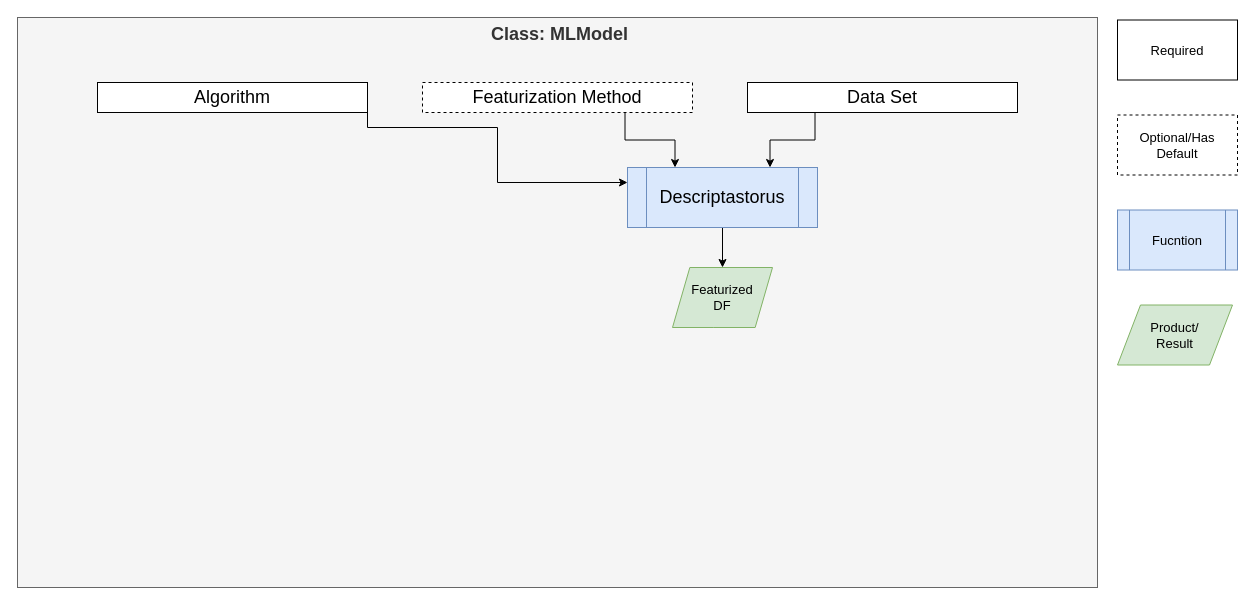
This is hte-models-overview.drawio from Dlux804/McQuade-Chem-ML, a draw.io file, before an edit. Source tidied: cells renumbered, new cells numbered last; positions are measured from the earlier drawing's top-left corner, leaving out a move shared by most shapes. Both pictures are drawn from the tidied source at 100%, with x=0, y=0 at pixel (17, 17).
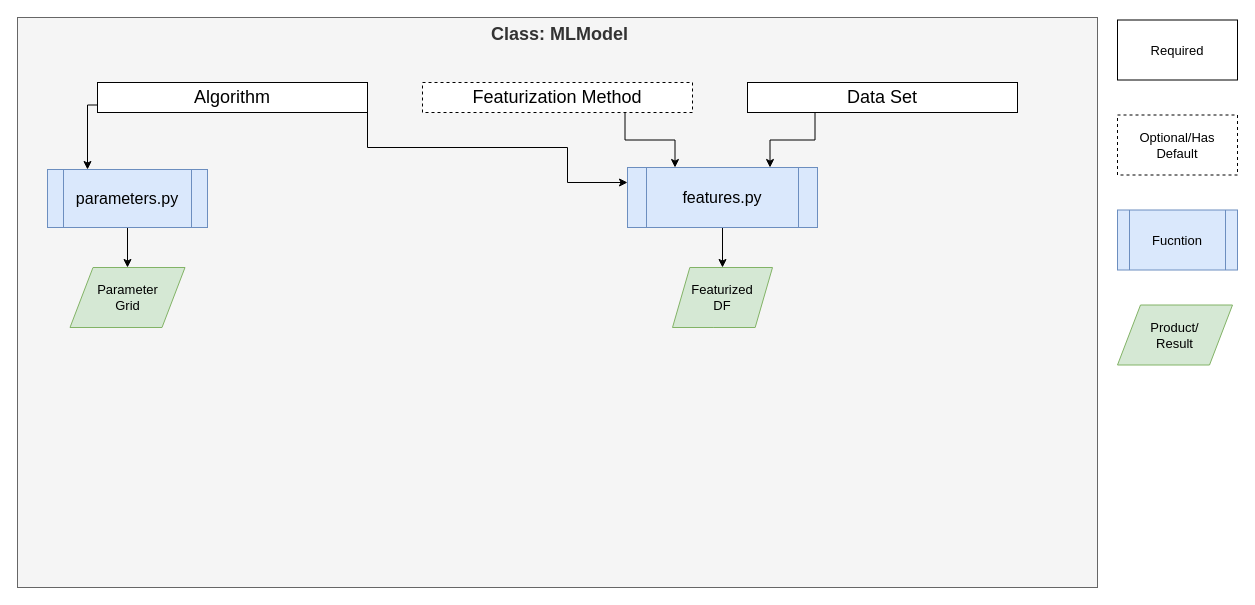
After the change.

Unchanged cells that the change refers to:
```xml
<mxCell id="4" value="Algorithm" style="rounded=0;whiteSpace=wrap;html=1;fontSize=18;" parent="1" vertex="1">
  <mxGeometry x="80" y="65" width="270" height="30" as="geometry" />
</mxCell>
```

The edit, as a diff of the source:
```diff
@@
     <mxCell id="3" style="edgeStyle=orthogonalEdgeStyle;rounded=0;jettySize=auto;html=1;exitX=1;exitY=0.75;exitDx=0;exitDy=0;entryX=0;entryY=0.25;entryDx=0;entryDy=0;fontSize=13;" parent="1" edge="1" source="4" target="10">
       <mxGeometry relative="1" as="geometry">
         <Array as="points">
-          <mxPoint x="350" y="110" />
-          <mxPoint x="480" y="110" />
-          <mxPoint x="480" y="165" />
+          <mxPoint x="350" y="130" />
+          <mxPoint x="550" y="130" />
+          <mxPoint x="550" y="165" />
         </Array>
       </mxGeometry>
     </mxCell>
+    <mxCell id="16" style="edgeStyle=orthogonalEdgeStyle;rounded=0;jettySize=auto;html=1;exitX=0;exitY=0.75;exitDx=0;exitDy=0;entryX=0.25;entryY=0;entryDx=0;entryDy=0;fontSize=16;" parent="1" edge="1" source="4" target="18">
+      <mxGeometry relative="1" as="geometry">
+        <Array as="points">
+          <mxPoint x="70" y="88" />
+        </Array>
+      </mxGeometry>
+    </mxCell>
@@
-    <mxCell id="10" value="Descriptastorus" style="shape=process;whiteSpace=wrap;html=1;backgroundOutline=1;fontSize=18;fillColor=#dae8fc;strokeColor=#6c8ebf;" parent="1" vertex="1">
+    <mxCell id="10" value="&lt;font style=&quot;font-size: 16px&quot;&gt;features.py&lt;/font&gt;" style="shape=process;whiteSpace=wrap;html=1;backgroundOutline=1;fontSize=18;fillColor=#dae8fc;strokeColor=#6c8ebf;" parent="1" vertex="1">
       <mxGeometry x="610" y="150" width="190" height="60" as="geometry" />
     </mxCell>
@@
+    <mxCell id="17" style="edgeStyle=orthogonalEdgeStyle;rounded=0;jettySize=auto;html=1;exitX=0.5;exitY=1;exitDx=0;exitDy=0;entryX=0.5;entryY=0;entryDx=0;entryDy=0;fontSize=16;" parent="1" edge="1" source="18" target="20">
+      <mxGeometry relative="1" as="geometry" />
+    </mxCell>
+    <mxCell id="18" value="parameters.py" style="shape=process;whiteSpace=wrap;html=1;backgroundOutline=1;strokeColor=#6c8ebf;strokeWidth=1;fontSize=16;fillColor=#dae8fc;" parent="1" vertex="1">
+      <mxGeometry x="30" y="152" width="160" height="58" as="geometry" />
+    </mxCell>
+    <mxCell id="19" style="edgeStyle=orthogonalEdgeStyle;rounded=0;orthogonalLoop=1;jettySize=auto;html=1;exitX=0.5;exitY=1;exitDx=0;exitDy=0;fontSize=16;" parent="1" edge="1" source="18" target="18">
+      <mxGeometry relative="1" as="geometry" />
+    </mxCell>
+    <mxCell id="20" value="&lt;div&gt;Parameter&lt;/div&gt;&lt;div&gt;Grid&lt;br&gt;&lt;/div&gt;" style="shape=parallelogram;perimeter=parallelogramPerimeter;whiteSpace=wrap;html=1;dashed=0;strokeColor=#82b366;strokeWidth=1;fontSize=13;fillColor=#d5e8d4;" parent="1" vertex="1">
+      <mxGeometry x="52.5" y="250" width="115" height="60" as="geometry" />
+    </mxCell>
```
